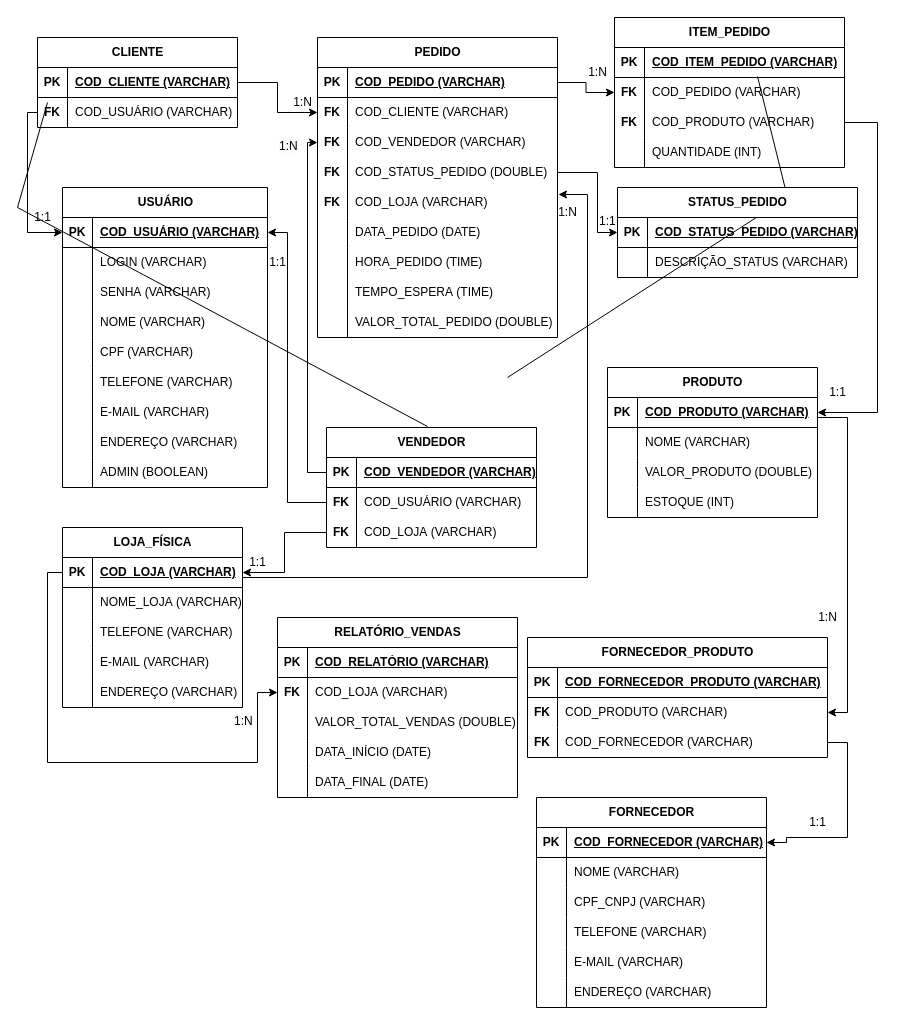
Earlier version of the draw.io diagram BD ZÉ DELIVERY.drawio (jennifergomes/BD-ZE-DELIVERY). Source tidied: cells renumbered, new cells numbered last; positions are measured from the earlier drawing's top-left corner, leaving out a move shared by most shapes. Both pictures are drawn from the tidied source at 100%, with x=0, y=0 at pixel (17, 17).
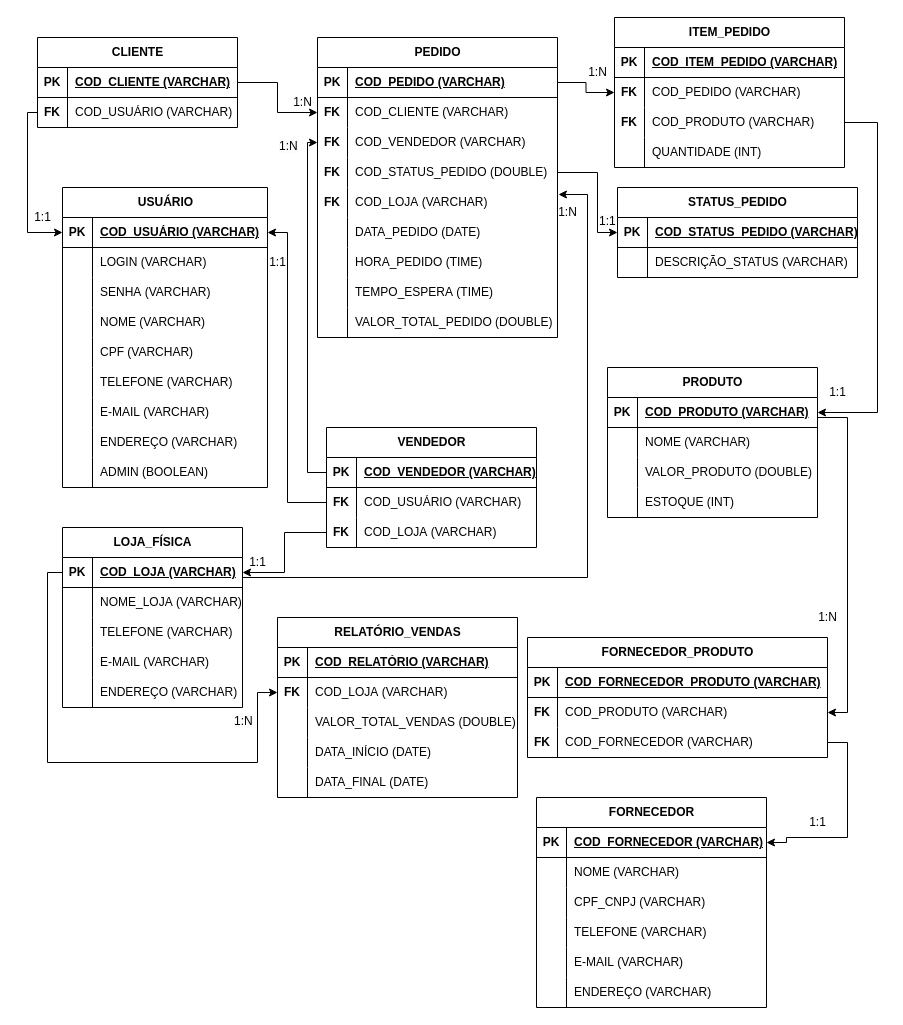
The same diagram, later.

What changed in the source:
```diff
@@
-    <mxCell id="2" style="endArrow=none;html=1;rounded=0;entryX=1;entryY=0.5;entryDx=0;entryDy=0;exitX=1;exitY=0.5;exitDx=0;exitDy=0;" parent="1" edge="1">
-      <mxGeometry relative="1" as="geometry">
-        <mxPoint x="740" y="59" as="sourcePoint" />
-        <mxPoint x="490" y="360" as="targetPoint" />
-        <Array as="points">
-          <mxPoint x="770" y="180" />
-        </Array>
-      </mxGeometry>
-    </mxCell>
-    <mxCell id="3" style="endArrow=none;html=1;rounded=0;exitX=0;exitY=0.5;exitDx=0;exitDy=0;entryX=-0.021;entryY=0.269;entryDx=0;entryDy=0;entryPerimeter=0;" parent="1" edge="1">
-      <mxGeometry relative="1" as="geometry">
-        <mxPoint x="30" y="85" as="sourcePoint" />
-        <mxPoint x="410" y="409" as="targetPoint" />
-        <Array as="points">
-          <mxPoint y="190" />
-        </Array>
-      </mxGeometry>
-    </mxCell>
```
